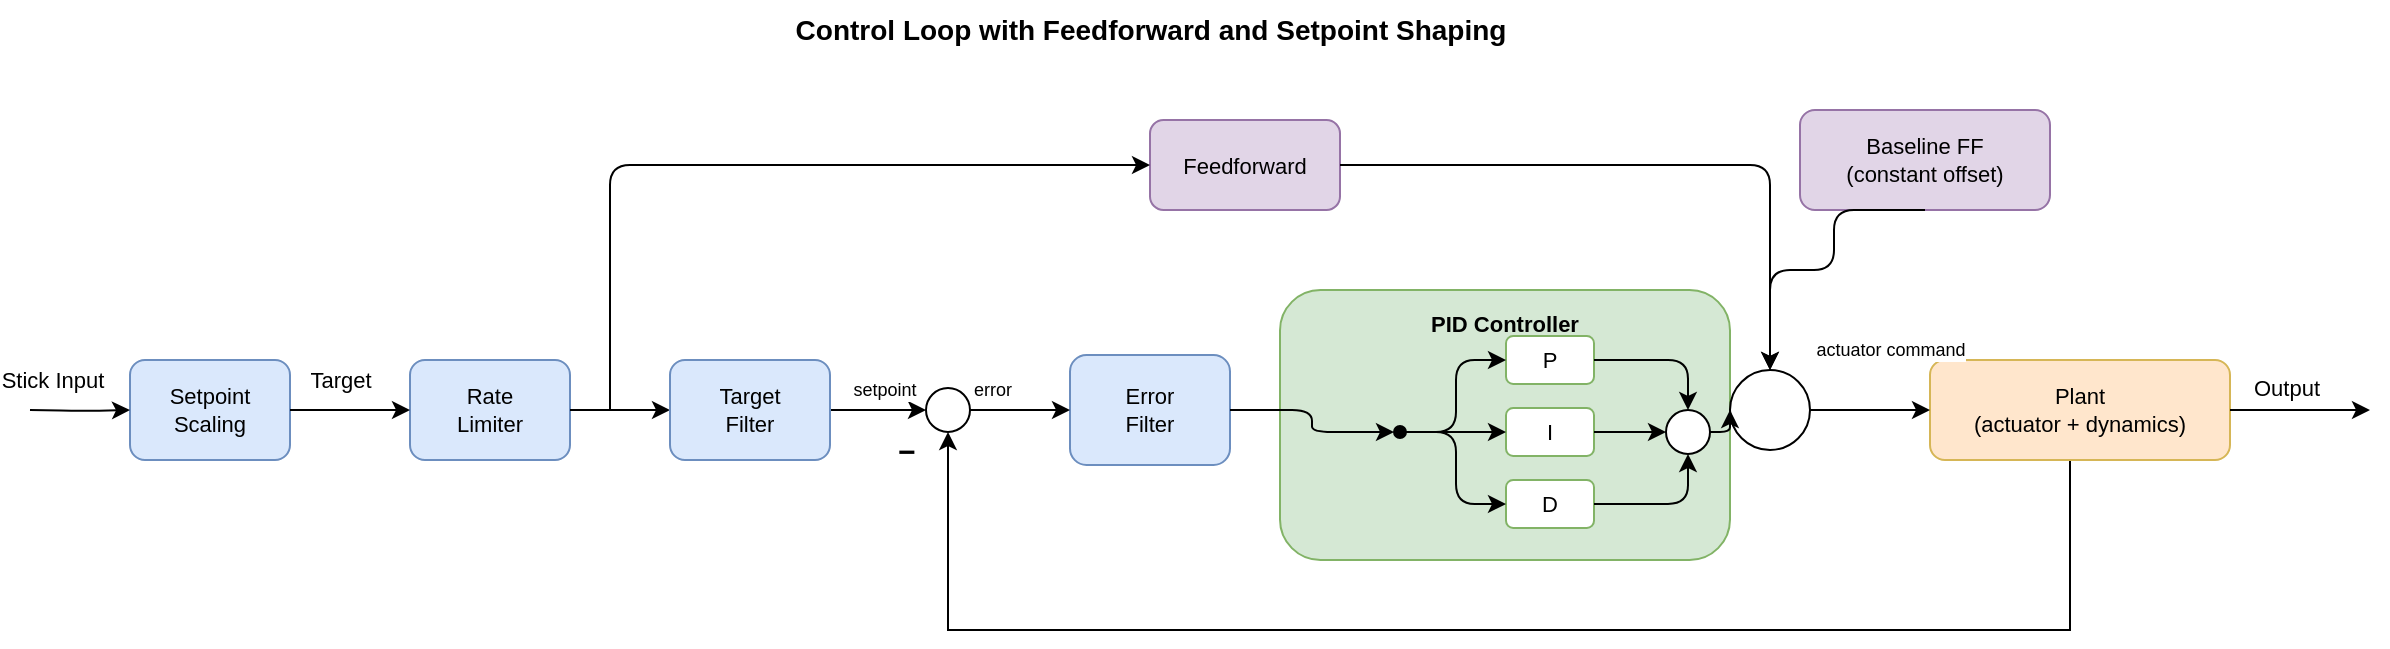
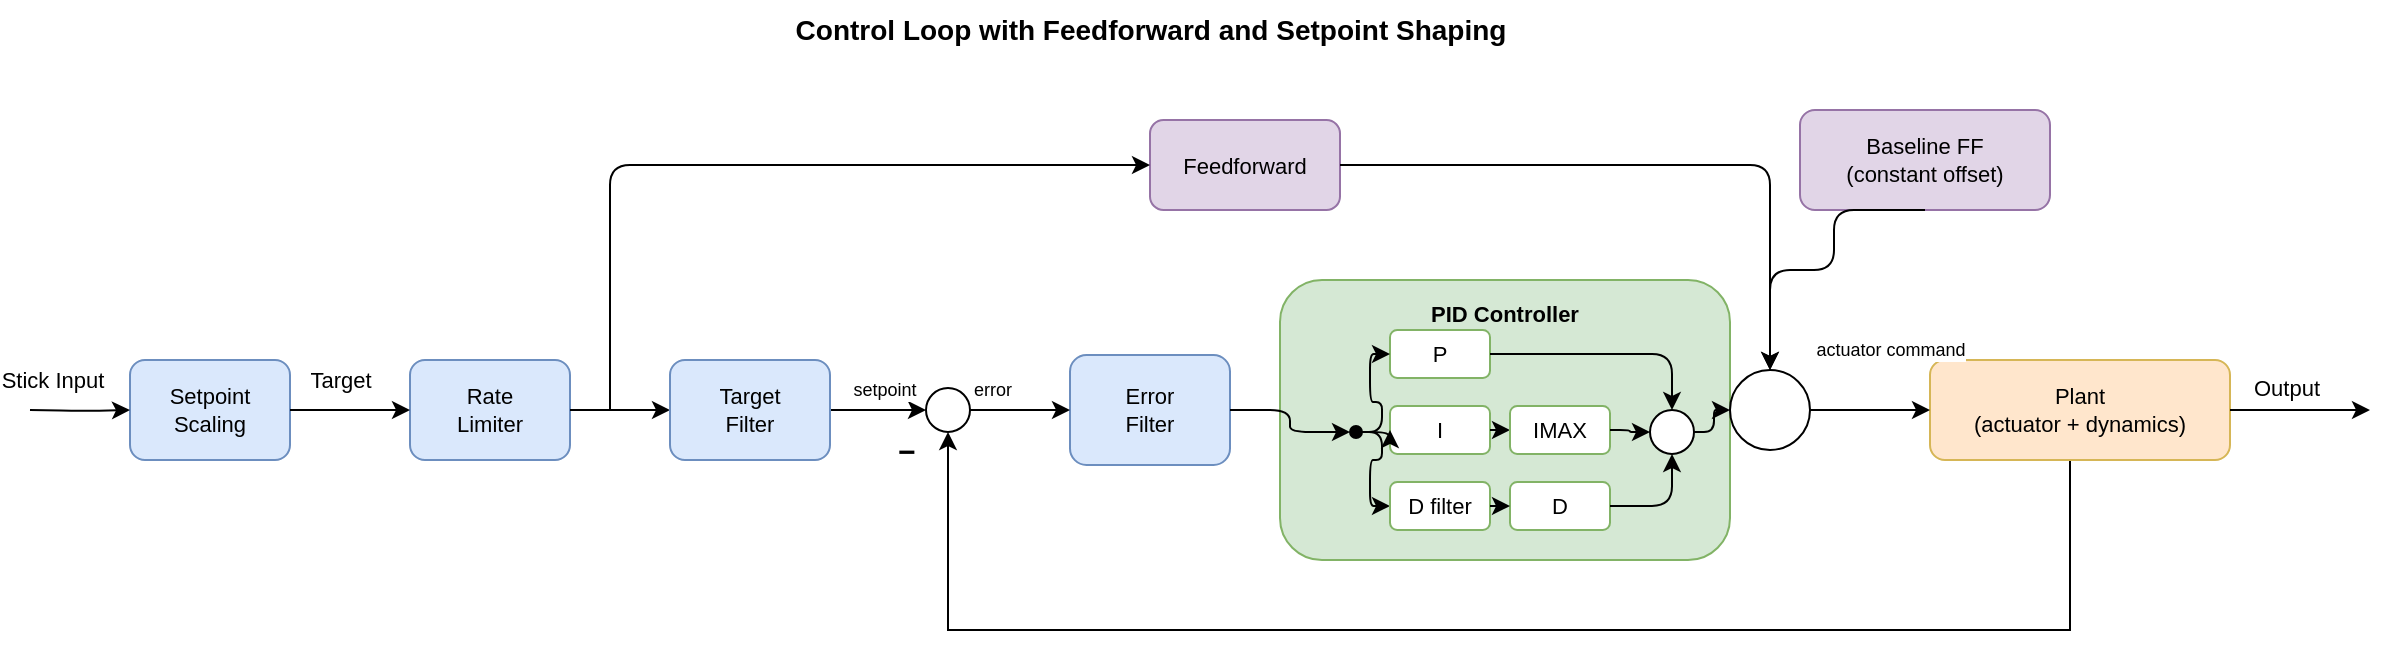
<mxfile host="Electron">
  <diagram name="Generic PID Loop" id="generic-pid-loop">
    <mxGraphModel dx="1513" dy="436" grid="1" gridSize="10" guides="1" tooltips="1" connect="1" arrows="1" fold="1" page="1" pageScale="1" pageWidth="1300" pageHeight="500" math="0" shadow="0">
      <root>
        <mxCell id="0" />
        <mxCell id="1" parent="0" />
        <mxCell id="2" parent="1" style="text;html=1;strokeColor=none;fillColor=none;align=center;verticalAlign=middle;fontSize=14;fontStyle=1;" value="Control Loop with Feedforward and Setpoint Shaping" vertex="1">
          <mxGeometry height="30" width="900" x="200" y="15" as="geometry" />
        </mxCell>
        <mxCell id="11" parent="1" style="rounded=1;whiteSpace=wrap;html=1;fillColor=#dae8fc;strokeColor=#6c8ebf;fontSize=11;" value="Setpoint&lt;br&gt;Scaling" vertex="1">
          <mxGeometry height="50" width="80" x="140" y="195" as="geometry" />
        </mxCell>
        <mxCell id="12" parent="1" style="rounded=1;whiteSpace=wrap;html=1;fillColor=#dae8fc;strokeColor=#6c8ebf;fontSize=11;" value="Rate&lt;br&gt;Limiter" vertex="1">
          <mxGeometry height="50" width="80" x="280" y="195" as="geometry" />
        </mxCell>
        <mxCell id="14" parent="1" style="ellipse;whiteSpace=wrap;html=1;fillColor=#ffffff;strokeColor=#000000;fontSize=18;fontStyle=1;" value="" vertex="1">
          <mxGeometry height="22" width="22" x="538" y="209" as="geometry" />
        </mxCell>
        <mxCell id="15" parent="1" style="text;html=1;strokeColor=none;fillColor=none;align=center;verticalAlign=top;fontSize=15;fontStyle=1;" value="−" vertex="1">
          <mxGeometry height="20" width="20" x="518" y="225" as="geometry" />
        </mxCell>
        <mxCell id="16" parent="1" style="rounded=1;whiteSpace=wrap;html=1;fillColor=#dae8fc;strokeColor=#6c8ebf;fontSize=11;" value="Error&lt;br&gt;Filter" vertex="1">
          <mxGeometry height="55" width="80" x="610" y="192.5" as="geometry" />
        </mxCell>
        <mxCell id="17" parent="1" style="rounded=1;whiteSpace=wrap;html=1;fillColor=#d5e8d4;strokeColor=#82b366;fontSize=11;fontStyle=1;verticalAlign=top;spacingTop=4;" value="PID Controller" vertex="1">
-           <mxGeometry height="135" width="225" x="715" y="160" as="geometry" />
+           <mxGeometry height="140" width="225" x="715" y="155" as="geometry" />
        </mxCell>
        <mxCell id="18" parent="1" style="ellipse;whiteSpace=wrap;html=1;fillColor=#ffffff;strokeColor=#000000;fontSize=18;fontStyle=1;" value="" vertex="1">
          <mxGeometry height="40" width="40" x="940" y="200" as="geometry" />
        </mxCell>
        <mxCell id="eoEdMcVKI2_hniUKWyik-94" edge="1" parent="1" source="19" style="edgeStyle=orthogonalEdgeStyle;rounded=0;orthogonalLoop=1;jettySize=auto;html=1;entryX=0.5;entryY=1;entryDx=0;entryDy=0;" target="14">
          <mxGeometry relative="1" as="geometry">
            <Array as="points">
              <mxPoint x="1110" y="330" />
              <mxPoint x="549" y="330" />
            </Array>
            <mxPoint x="1087" y="260" as="targetPoint" />
          </mxGeometry>
        </mxCell>
        <mxCell id="19" parent="1" style="rounded=1;whiteSpace=wrap;html=1;fillColor=#ffe6cc;strokeColor=#d6b656;fontSize=11;" value="Plant&#xa;(actuator + dynamics)" vertex="1">
          <mxGeometry height="50" width="150" x="1040" y="195" as="geometry" />
        </mxCell>
        <mxCell id="50" parent="1" style="rounded=1;whiteSpace=wrap;html=1;fillColor=#e1d5e7;strokeColor=#9673a6;fontSize=11;" value="Feedforward" vertex="1">
          <mxGeometry height="45" width="95" x="650" y="75" as="geometry" />
        </mxCell>
        <mxCell id="60" parent="1" style="rounded=1;whiteSpace=wrap;html=1;fillColor=#e1d5e7;strokeColor=#9673a6;fontSize=11;" value="Baseline FF&#xa;(constant offset)" vertex="1">
          <mxGeometry height="50" width="125" x="975" y="70" as="geometry" />
        </mxCell>
        <mxCell id="30" edge="1" parent="1" style="edgeStyle=orthogonalEdgeStyle;html=1;" target="11">
          <mxGeometry relative="1" as="geometry">
            <mxPoint x="90" y="220" as="sourcePoint" />
          </mxGeometry>
        </mxCell>
        <mxCell id="eoEdMcVKI2_hniUKWyik-90" connectable="0" parent="30" style="edgeLabel;html=1;align=center;verticalAlign=middle;resizable=0;points=[];" value="Stick Input" vertex="1">
          <mxGeometry relative="1" x="0.261" y="-1" as="geometry">
            <mxPoint x="-21" y="-16" as="offset" />
          </mxGeometry>
        </mxCell>
        <mxCell id="31" edge="1" parent="1" source="11" style="edgeStyle=orthogonalEdgeStyle;html=1;" target="12">
          <mxGeometry relative="1" as="geometry" />
        </mxCell>
        <mxCell id="eoEdMcVKI2_hniUKWyik-91" connectable="0" parent="31" style="edgeLabel;html=1;align=center;verticalAlign=middle;resizable=0;points=[];" value="Target" vertex="1">
          <mxGeometry relative="1" x="-0.1857" as="geometry">
            <mxPoint y="-15" as="offset" />
          </mxGeometry>
        </mxCell>
        <mxCell id="32" edge="1" parent="1" source="12" style="edgeStyle=orthogonalEdgeStyle;html=1;entryX=0;entryY=0.5;entryDx=0;entryDy=0;" target="eoEdMcVKI2_hniUKWyik-87">
          <mxGeometry relative="1" as="geometry">
            <mxPoint x="420" y="220" as="targetPoint" />
          </mxGeometry>
        </mxCell>
        <mxCell id="33" edge="1" parent="1" source="eoEdMcVKI2_hniUKWyik-87" style="edgeStyle=orthogonalEdgeStyle;html=1;fontSize=9;exitX=1;exitY=0.5;exitDx=0;exitDy=0;" target="14" value="setpoint">
          <mxGeometry relative="1" x="0.1111" y="10" as="geometry">
            <mxPoint as="offset" />
            <mxPoint x="510" y="220" as="sourcePoint" />
          </mxGeometry>
        </mxCell>
        <mxCell id="34" edge="1" parent="1" source="14" style="edgeStyle=orthogonalEdgeStyle;html=1;fontSize=9;" target="16" value="error">
          <mxGeometry relative="1" x="-0.5789" y="10" as="geometry">
            <mxPoint as="offset" />
          </mxGeometry>
        </mxCell>
        <mxCell id="35" edge="1" parent="1" source="16" style="edgeStyle=orthogonalEdgeStyle;html=1;" target="94">
          <mxGeometry relative="1" as="geometry" />
        </mxCell>
        <mxCell id="36" edge="1" parent="1" source="93" style="edgeStyle=orthogonalEdgeStyle;html=1;" target="18">
          <mxGeometry relative="1" as="geometry" />
        </mxCell>
        <mxCell id="37" edge="1" parent="1" source="18" style="edgeStyle=orthogonalEdgeStyle;html=1;fontSize=9;" target="19" value="actuator command">
          <mxGeometry relative="1" x="0.3333" y="30" as="geometry">
            <mxPoint as="offset" />
          </mxGeometry>
        </mxCell>
        <mxCell id="38" edge="1" parent="1" source="19" style="edgeStyle=orthogonalEdgeStyle;html=1;">
          <mxGeometry relative="1" as="geometry">
            <mxPoint x="1260" y="220" as="targetPoint" />
          </mxGeometry>
        </mxCell>
        <mxCell id="eoEdMcVKI2_hniUKWyik-93" connectable="0" parent="38" style="edgeLabel;html=1;align=center;verticalAlign=middle;resizable=0;points=[];" value="Output" vertex="1">
          <mxGeometry relative="1" x="-0.2857" y="-1" as="geometry">
            <mxPoint x="3" y="-12" as="offset" />
          </mxGeometry>
        </mxCell>
        <mxCell id="51" edge="1" parent="1" style="edgeStyle=orthogonalEdgeStyle;html=1;entryX=0;entryY=0.5;entryDx=0;entryDy=0;" target="50">
          <mxGeometry relative="1" as="geometry">
            <Array as="points">
              <mxPoint x="380" y="185" />
              <mxPoint x="380" y="100" />
            </Array>
            <mxPoint x="380" y="220" as="sourcePoint" />
          </mxGeometry>
        </mxCell>
        <mxCell id="52" edge="1" parent="1" source="50" style="edgeStyle=orthogonalEdgeStyle;html=1;exitX=1;exitY=0.5;exitDx=0;exitDy=0;entryX=0.5;entryY=0;entryDx=0;entryDy=0;" target="18">
          <mxGeometry relative="1" as="geometry">
            <Array as="points">
              <mxPoint x="960" y="98" />
            </Array>
          </mxGeometry>
        </mxCell>
        <mxCell id="61" edge="1" parent="1" source="60" style="edgeStyle=orthogonalEdgeStyle;html=1;exitX=0.5;exitY=1;exitDx=0;exitDy=0;entryX=0.5;entryY=0;entryDx=0;entryDy=0;" target="18">
          <mxGeometry relative="1" as="geometry">
            <Array as="points">
              <mxPoint x="992" y="150" />
              <mxPoint x="960" y="150" />
            </Array>
          </mxGeometry>
        </mxCell>
        <mxCell id="eoEdMcVKI2_hniUKWyik-87" parent="1" style="rounded=1;whiteSpace=wrap;html=1;fillColor=#dae8fc;strokeColor=#6c8ebf;fontSize=11;" value="Target&lt;div&gt;Filter&lt;/div&gt;" vertex="1">
          <mxGeometry height="50" width="80" x="410" y="195" as="geometry" />
        </mxCell>
        <!-- ────────── PID internals (children of frame id=17) ────────── -->
        <!-- Junction (split point inside frame, where input fans out to P/I/D) -->
        <mxCell id="94" parent="1" style="ellipse;fillColor=#000000;strokeColor=#000000;" vertex="1">
-           <mxGeometry height="6" width="6" x="772" y="228" as="geometry" />
+           <mxGeometry height="6" width="6" x="750" y="228" as="geometry" />
        </mxCell>
        <!-- P block -->
        <mxCell id="90" parent="1" style="rounded=1;whiteSpace=wrap;html=1;fillColor=#ffffff;strokeColor=#82b366;fontSize=11;" value="P" vertex="1">
-           <mxGeometry height="24" width="44" x="828" y="183" as="geometry" />
+           <mxGeometry height="24" width="50" x="770" y="180" as="geometry" />
        </mxCell>
        <!-- I block -->
        <mxCell id="91" parent="1" style="rounded=1;whiteSpace=wrap;html=1;fillColor=#ffffff;strokeColor=#82b366;fontSize=11;" value="I" vertex="1">
-           <mxGeometry height="24" width="44" x="828" y="219" as="geometry" />
+           <mxGeometry height="24" width="50" x="770" y="218" as="geometry" />
        </mxCell>
        <!-- D block -->
        <mxCell id="92" parent="1" style="rounded=1;whiteSpace=wrap;html=1;fillColor=#ffffff;strokeColor=#82b366;fontSize=11;" value="D" vertex="1">
-           <mxGeometry height="24" width="44" x="828" y="255" as="geometry" />
+           <mxGeometry height="24" width="50" x="830" y="256" as="geometry" />
        </mxCell>
        <!-- Internal PID summer -->
        <mxCell id="93" parent="1" style="ellipse;whiteSpace=wrap;html=1;fillColor=#ffffff;strokeColor=#000000;" value="" vertex="1">
-           <mxGeometry height="22" width="22" x="908" y="220" as="geometry" />
+           <mxGeometry height="22" width="22" x="900" y="220" as="geometry" />
        </mxCell>
        <!-- Junction → P -->
        <mxCell id="95" edge="1" parent="1" source="94" target="90" style="edgeStyle=orthogonalEdgeStyle;html=1;exitX=0.5;exitY=0.5;exitDx=0;exitDy=0;entryX=0;entryY=0.5;entryDx=0;entryDy=0;">
          <mxGeometry relative="1" as="geometry" />
        </mxCell>
        <!-- Junction → I -->
        <mxCell id="96" edge="1" parent="1" source="94" target="91" style="edgeStyle=orthogonalEdgeStyle;html=1;exitX=0.5;exitY=0.5;exitDx=0;exitDy=0;entryX=0;entryY=0.5;entryDx=0;entryDy=0;">
          <mxGeometry relative="1" as="geometry" />
        </mxCell>
        <!-- Junction → D -->
-         <mxCell id="97" edge="1" parent="1" source="94" target="92" style="edgeStyle=orthogonalEdgeStyle;html=1;exitX=0.5;exitY=0.5;exitDx=0;exitDy=0;entryX=0;entryY=0.5;entryDx=0;entryDy=0;">
+         <mxCell id="97" edge="1" parent="1" source="94" target="102" style="edgeStyle=orthogonalEdgeStyle;html=1;exitX=0.5;exitY=0.5;exitDx=0;exitDy=0;entryX=0;entryY=0.5;entryDx=0;entryDy=0;">
          <mxGeometry relative="1" as="geometry" />
        </mxCell>
        <!-- P → summer -->
        <mxCell id="98" edge="1" parent="1" source="90" target="93" style="edgeStyle=orthogonalEdgeStyle;html=1;exitX=1;exitY=0.5;exitDx=0;exitDy=0;entryX=0.5;entryY=0;entryDx=0;entryDy=0;">
          <mxGeometry relative="1" as="geometry" />
        </mxCell>
        <!-- I → summer -->
-         <mxCell id="99" edge="1" parent="1" source="91" target="93" style="edgeStyle=orthogonalEdgeStyle;html=1;exitX=1;exitY=0.5;exitDx=0;exitDy=0;entryX=0;entryY=0.5;entryDx=0;entryDy=0;">
+         <mxCell id="99" edge="1" parent="1" source="91" target="101" style="edgeStyle=orthogonalEdgeStyle;html=1;exitX=1;exitY=0.5;exitDx=0;exitDy=0;entryX=0;entryY=0.5;entryDx=0;entryDy=0;">
          <mxGeometry relative="1" as="geometry" />
        </mxCell>
        <!-- D → summer -->
        <mxCell id="100" edge="1" parent="1" source="92" target="93" style="edgeStyle=orthogonalEdgeStyle;html=1;exitX=1;exitY=0.5;exitDx=0;exitDy=0;entryX=0.5;entryY=1;entryDx=0;entryDy=0;">
          <mxGeometry relative="1" as="geometry" />
        </mxCell>
+         <!-- IMAX (integrator anti-windup clamp) on the I path -->
+         <mxCell id="101" parent="1" style="rounded=1;whiteSpace=wrap;html=1;fillColor=#ffffff;strokeColor=#82b366;fontSize=11;" value="IMAX" vertex="1">
+           <mxGeometry height="24" width="50" x="830" y="218" as="geometry" />
+         </mxCell>
+         <!-- D filter (low-pass on the derivative path) -->
+         <mxCell id="102" parent="1" style="rounded=1;whiteSpace=wrap;html=1;fillColor=#ffffff;strokeColor=#82b366;fontSize=11;" value="D filter" vertex="1">
+           <mxGeometry height="24" width="50" x="770" y="256" as="geometry" />
+         </mxCell>
+         <!-- IMAX → summer -->
+         <mxCell id="103" edge="1" parent="1" source="101" target="93" style="edgeStyle=orthogonalEdgeStyle;html=1;exitX=1;exitY=0.5;exitDx=0;exitDy=0;entryX=0;entryY=0.5;entryDx=0;entryDy=0;">
+           <mxGeometry relative="1" as="geometry" />
+         </mxCell>
+         <!-- D filter → D -->
+         <mxCell id="104" edge="1" parent="1" source="102" target="92" style="edgeStyle=orthogonalEdgeStyle;html=1;exitX=1;exitY=0.5;exitDx=0;exitDy=0;entryX=0;entryY=0.5;entryDx=0;entryDy=0;">
+           <mxGeometry relative="1" as="geometry" />
+         </mxCell>
      </root>
    </mxGraphModel>
  </diagram>
</mxfile>
